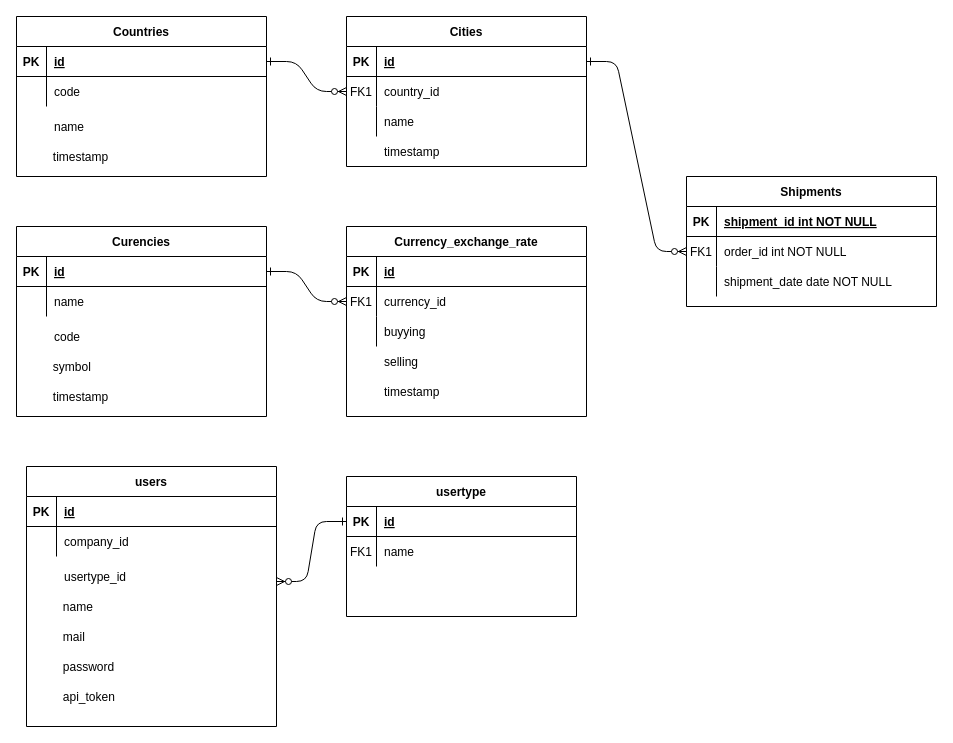
YagizTansu/Laravel_GoogleMapsApi-_OfferDistrubitionToMaps keeps this draw.io diagram as Untitled Diagram.drawio. Above is the earlier version. Source tidied: cells renumbered, new cells numbered last; positions are measured from the earlier drawing's top-left corner, leaving out a move shared by most shapes. Both pictures are drawn from the tidied source at 100%, with x=0, y=0 at pixel (16, 16).
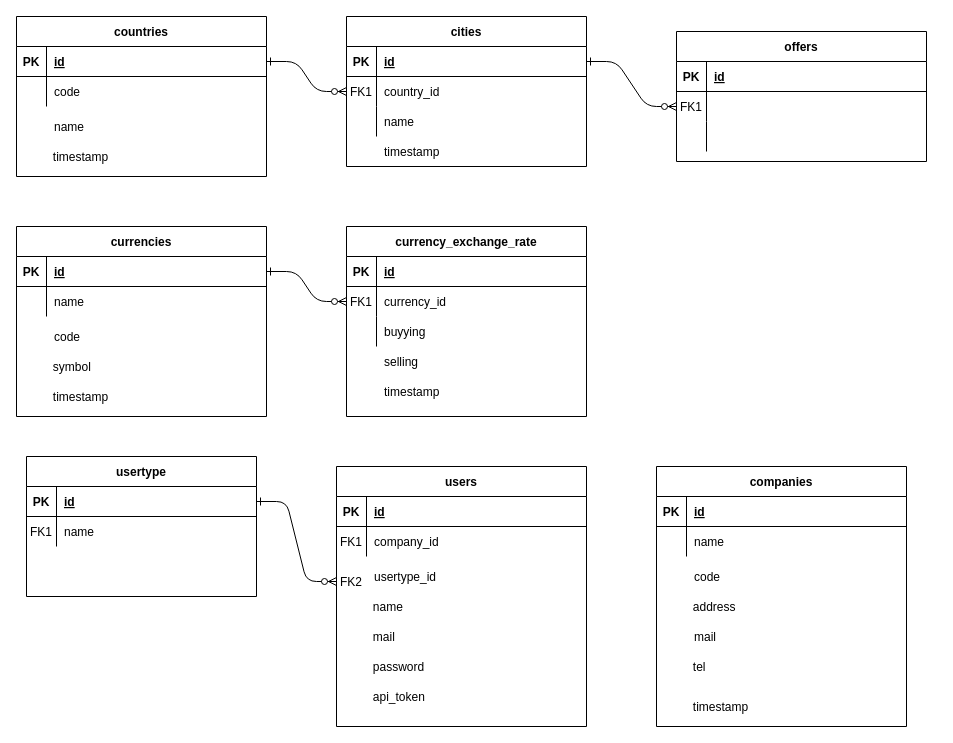
The same diagram, later.

Unchanged cells that the change refers to:
```xml
<mxCell id="15" style="shape=partialRectangle;fillColor=none;top=0;left=0;right=0;bottom=1;" parent="14" vertex="1">
  <mxGeometry y="30" width="250" height="30" as="geometry" />
</mxCell>
<mxCell id="18" style="shape=partialRectangle;fillColor=none;points=[[0,0.5],[1,0.5]];portConstraint=eastwest;top=0;left=0;right=0;bottom=0;" parent="14" vertex="1">
  <mxGeometry y="60" width="250" height="30" as="geometry" />
</mxCell>
<mxCell id="21" style="shape=partialRectangle;fillColor=none;top=0;left=0;right=0;bottom=0;" parent="14" vertex="1">
  <mxGeometry y="90" width="250" height="30" as="geometry" />
</mxCell>
<mxCell id="69" style="shape=partialRectangle;fillColor=none;points=[[0,0.5],[1,0.5]];portConstraint=eastwest;top=0;left=0;right=0;bottom=1;" parent="68" vertex="1">
  <mxGeometry y="30" width="230" height="30" as="geometry" />
</mxCell>
<mxCell id="79" style="shape=partialRectangle;fillColor=none;top=0;left=0;right=0;bottom=0;" parent="75" vertex="1">
  <mxGeometry y="60" width="250" height="30" as="geometry" />
</mxCell>
```

The edit, as a diff of the source:
```diff
@@
-    <mxCell id="4" value="Cities" style="shape=table;startSize=30;childLayout=tableLayout;rowLines=0;fontStyle=1;align=center;" parent="1" vertex="1">
+    <mxCell id="4" value="cities" style="shape=table;startSize=30;childLayout=tableLayout;rowLines=0;fontStyle=1;align=center;" parent="1" vertex="1">
       <mxGeometry x="330" width="240" height="150" as="geometry" />
     </mxCell>
@@
-    <mxCell id="14" value="Shipments" style="shape=table;startSize=30;childLayout=tableLayout;rowLines=0;fontStyle=1;align=center;" parent="1" vertex="1">
-      <mxGeometry x="670" y="160" width="250" height="130" as="geometry" />
+    <mxCell id="14" value="offers" style="shape=table;startSize=30;childLayout=tableLayout;rowLines=0;fontStyle=1;align=center;" parent="1" vertex="1">
+      <mxGeometry x="660" y="15" width="250" height="130" as="geometry" />
     </mxCell>
@@
-    <mxCell id="17" value="shipment_id int NOT NULL " style="shape=partialRectangle;overflow=hidden;fillColor=none;top=0;left=0;bottom=0;right=0;align=left;spacingLeft=6;fontStyle=5;" parent="15" vertex="1">
+    <mxCell id="17" value="id" style="shape=partialRectangle;overflow=hidden;fillColor=none;top=0;left=0;bottom=0;right=0;align=left;spacingLeft=6;fontStyle=5;" parent="15" vertex="1">
       <mxGeometry x="30" width="220" height="30" as="geometry" />
     </mxCell>
@@
-    <mxCell id="20" value="order_id int NOT NULL" style="shape=partialRectangle;overflow=hidden;fillColor=none;top=0;left=0;bottom=0;right=0;align=left;spacingLeft=6;" parent="18" vertex="1">
+    <mxCell id="20" style="shape=partialRectangle;overflow=hidden;fillColor=none;top=0;left=0;bottom=0;right=0;align=left;spacingLeft=6;" parent="18" vertex="1">
       <mxGeometry x="30" width="220" height="30" as="geometry" />
     </mxCell>
@@
-    <mxCell id="23" value="shipment_date date NOT NULL" style="shape=partialRectangle;overflow=hidden;fillColor=none;top=0;left=0;bottom=0;right=0;align=left;spacingLeft=6;" parent="21" vertex="1">
+    <mxCell id="23" style="shape=partialRectangle;overflow=hidden;fillColor=none;top=0;left=0;bottom=0;right=0;align=left;spacingLeft=6;" parent="21" vertex="1">
       <mxGeometry x="30" width="220" height="30" as="geometry" />
     </mxCell>
-    <mxCell id="24" value="Countries" style="shape=table;startSize=30;childLayout=tableLayout;rowLines=0;fontStyle=1;align=center;" parent="1" vertex="1">
+    <mxCell id="24" value="countries" style="shape=table;startSize=30;childLayout=tableLayout;rowLines=0;fontStyle=1;align=center;" parent="1" vertex="1">
       <mxGeometry width="250" height="160" as="geometry" />
     </mxCell>
@@
-    <mxCell id="39" value="Currency_exchange_rate" style="shape=table;startSize=30;childLayout=tableLayout;rowLines=0;fontStyle=1;align=center;" parent="1" vertex="1">
+    <mxCell id="39" value="currency_exchange_rate" style="shape=table;startSize=30;childLayout=tableLayout;rowLines=0;fontStyle=1;align=center;" parent="1" vertex="1">
       <mxGeometry x="330" y="210" width="240" height="190" as="geometry" />
     </mxCell>
@@
-    <mxCell id="49" value="Curencies" style="shape=table;startSize=30;childLayout=tableLayout;rowLines=0;fontStyle=1;align=center;" parent="1" vertex="1">
+    <mxCell id="49" value="currencies" style="shape=table;startSize=30;childLayout=tableLayout;rowLines=0;fontStyle=1;align=center;" parent="1" vertex="1">
       <mxGeometry y="210" width="250" height="190" as="geometry" />
     </mxCell>
@@
-    <mxCell id="67" style="edgeStyle=entityRelationEdgeStyle;endArrow=ERzeroToMany;startArrow=ERone;endFill=1;startFill=0;exitX=0;exitY=0.5;exitDx=0;exitDy=0;entryX=1;entryY=0.5;entryDx=0;entryDy=0;" parent="1" edge="1" source="69" target="82">
+    <mxCell id="67" style="edgeStyle=entityRelationEdgeStyle;endArrow=ERzeroToMany;startArrow=ERone;endFill=1;startFill=0;exitX=1;exitY=0.5;exitDx=0;exitDy=0;entryX=0;entryY=0.5;entryDx=0;entryDy=0;" parent="1" edge="1" source="69" target="82">
       <mxGeometry relative="1" as="geometry" />
     </mxCell>
     <mxCell id="68" value="usertype" style="shape=table;startSize=30;childLayout=tableLayout;rowLines=0;fontStyle=1;align=center;" parent="1" vertex="1">
-      <mxGeometry x="330" y="460" width="230" height="140" as="geometry" />
+      <mxGeometry x="10" y="440" width="230" height="140" as="geometry" />
     </mxCell>
@@
     <mxCell id="75" value="users" style="shape=table;startSize=30;childLayout=tableLayout;rowLines=0;fontStyle=1;align=center;" parent="1" vertex="1">
-      <mxGeometry x="10" y="450" width="250" height="260" as="geometry" />
+      <mxGeometry x="320" y="450" width="250" height="260" as="geometry" />
     </mxCell>
@@
-    <mxCell id="80" style="shape=partialRectangle;overflow=hidden;fillColor=none;top=0;left=0;bottom=0;right=0;" parent="79" vertex="1">
+    <mxCell id="80" value="FK1" style="shape=partialRectangle;overflow=hidden;fillColor=none;top=0;left=0;bottom=0;right=0;" parent="79" vertex="1">
       <mxGeometry width="30" height="30" as="geometry" />
     </mxCell>
@@
     <mxCell id="82" style="shape=partialRectangle;fillColor=none;points=[[0,0.5],[1,0.5]];portConstraint=eastwest;top=0;left=0;right=0;bottom=0;" parent="1" vertex="1">
-      <mxGeometry x="10" y="550" width="250" height="30" as="geometry" />
+      <mxGeometry x="320" y="550" width="250" height="30" as="geometry" />
     </mxCell>
-    <mxCell id="83" style="shape=partialRectangle;overflow=hidden;fillColor=none;top=0;left=0;bottom=0;right=0;" parent="82" vertex="1">
+    <mxCell id="83" value="FK2" style="shape=partialRectangle;overflow=hidden;fillColor=none;top=0;left=0;bottom=0;right=0;" parent="82" vertex="1">
       <mxGeometry width="30" height="30" as="geometry" />
     </mxCell>
@@
     <mxCell id="85" style="shape=partialRectangle;fillColor=none;top=0;left=0;right=0;bottom=0;" parent="1" vertex="1">
-      <mxGeometry x="10" y="580" width="240" height="30" as="geometry" />
+      <mxGeometry x="320" y="580" width="240" height="30" as="geometry" />
     </mxCell>
@@
     <mxCell id="88" style="shape=partialRectangle;fillColor=none;top=0;left=0;right=0;bottom=0;" parent="1" vertex="1">
-      <mxGeometry x="10" y="610" width="240" height="30" as="geometry" />
+      <mxGeometry x="320" y="610" width="240" height="30" as="geometry" />
     </mxCell>
@@
     <mxCell id="91" style="shape=partialRectangle;fillColor=none;top=0;left=0;right=0;bottom=0;" parent="1" vertex="1">
-      <mxGeometry x="10" y="640" width="240" height="30" as="geometry" />
+      <mxGeometry x="320" y="640" width="240" height="30" as="geometry" />
     </mxCell>
@@
     <mxCell id="94" style="shape=partialRectangle;fillColor=none;top=0;left=0;right=0;bottom=0;" parent="1" vertex="1">
-      <mxGeometry x="10" y="670" width="240" height="30" as="geometry" />
+      <mxGeometry x="320" y="670" width="240" height="30" as="geometry" />
     </mxCell>
@@
+    <mxCell id="97" value="companies" style="shape=table;startSize=30;childLayout=tableLayout;rowLines=0;fontStyle=1;align=center;" parent="1" vertex="1">
+      <mxGeometry x="640" y="450" width="250" height="260" as="geometry" />
+    </mxCell>
+    <mxCell id="98" style="shape=partialRectangle;fillColor=none;top=0;left=0;right=0;bottom=1;" parent="97" vertex="1">
+      <mxGeometry y="30" width="250" height="30" as="geometry" />
+    </mxCell>
+    <mxCell id="99" value="PK" style="shape=partialRectangle;overflow=hidden;fillColor=none;top=0;left=0;bottom=0;right=0;fontStyle=1;" parent="98" vertex="1">
+      <mxGeometry width="30" height="30" as="geometry" />
+    </mxCell>
+    <mxCell id="100" value="id" style="shape=partialRectangle;overflow=hidden;fillColor=none;top=0;left=0;bottom=0;right=0;align=left;spacingLeft=6;fontStyle=5;" parent="98" vertex="1">
+      <mxGeometry x="30" width="220" height="30" as="geometry" />
+    </mxCell>
+    <mxCell id="101" style="shape=partialRectangle;fillColor=none;top=0;left=0;right=0;bottom=0;" parent="97" vertex="1">
+      <mxGeometry y="60" width="250" height="30" as="geometry" />
+    </mxCell>
+    <mxCell id="102" style="shape=partialRectangle;overflow=hidden;fillColor=none;top=0;left=0;bottom=0;right=0;" parent="101" vertex="1">
+      <mxGeometry width="30" height="30" as="geometry" />
+    </mxCell>
+    <mxCell id="103" value="name" style="shape=partialRectangle;overflow=hidden;fillColor=none;top=0;left=0;bottom=0;right=0;align=left;spacingLeft=6;" parent="101" vertex="1">
+      <mxGeometry x="30" width="220" height="30" as="geometry" />
+    </mxCell>
+    <mxCell id="104" style="shape=partialRectangle;fillColor=none;top=0;left=0;right=0;bottom=0;" parent="1" vertex="1">
+      <mxGeometry x="640" y="550" width="250" height="30" as="geometry" />
+    </mxCell>
+    <mxCell id="105" style="shape=partialRectangle;overflow=hidden;fillColor=none;top=0;left=0;bottom=0;right=0;" parent="104" vertex="1">
+      <mxGeometry width="30" height="30" as="geometry" />
+    </mxCell>
+    <mxCell id="106" value="code" style="shape=partialRectangle;overflow=hidden;fillColor=none;top=0;left=0;bottom=0;right=0;align=left;spacingLeft=6;" parent="104" vertex="1">
+      <mxGeometry x="30" width="200" height="20" as="geometry" />
+    </mxCell>
+    <mxCell id="107" style="shape=partialRectangle;fillColor=none;top=0;left=0;right=0;bottom=0;" parent="1" vertex="1">
+      <mxGeometry x="640" y="580" width="240" height="30" as="geometry" />
+    </mxCell>
+    <mxCell id="108" style="shape=partialRectangle;overflow=hidden;fillColor=none;top=0;left=0;bottom=0;right=0;" parent="107" vertex="1">
+      <mxGeometry width="28.8" height="30" as="geometry" />
+    </mxCell>
+    <mxCell id="109" value="address" style="shape=partialRectangle;overflow=hidden;fillColor=none;top=0;left=0;bottom=0;right=0;align=left;spacingLeft=6;" parent="107" vertex="1">
+      <mxGeometry x="28.8" width="192" height="20" as="geometry" />
+    </mxCell>
+    <mxCell id="110" style="shape=partialRectangle;fillColor=none;top=0;left=0;right=0;bottom=0;" parent="1" vertex="1">
+      <mxGeometry x="640" y="680" width="240" height="30" as="geometry" />
+    </mxCell>
+    <mxCell id="111" style="shape=partialRectangle;overflow=hidden;fillColor=none;top=0;left=0;bottom=0;right=0;" parent="110" vertex="1">
+      <mxGeometry width="28.8" height="30" as="geometry" />
+    </mxCell>
+    <mxCell id="112" value="timestamp" style="shape=partialRectangle;overflow=hidden;fillColor=none;top=0;left=0;bottom=0;right=0;align=left;spacingLeft=6;" parent="110" vertex="1">
+      <mxGeometry x="28.8" width="192" height="20" as="geometry" />
+    </mxCell>
+    <mxCell id="113" style="shape=partialRectangle;fillColor=none;top=0;left=0;right=0;bottom=0;" parent="1" vertex="1">
+      <mxGeometry x="640" y="610" width="250" height="30" as="geometry" />
+    </mxCell>
+    <mxCell id="114" style="shape=partialRectangle;overflow=hidden;fillColor=none;top=0;left=0;bottom=0;right=0;" parent="113" vertex="1">
+      <mxGeometry width="30" height="30" as="geometry" />
+    </mxCell>
+    <mxCell id="115" value="mail" style="shape=partialRectangle;overflow=hidden;fillColor=none;top=0;left=0;bottom=0;right=0;align=left;spacingLeft=6;" parent="113" vertex="1">
+      <mxGeometry x="30" width="200" height="20" as="geometry" />
+    </mxCell>
+    <mxCell id="116" style="shape=partialRectangle;fillColor=none;top=0;left=0;right=0;bottom=0;" parent="1" vertex="1">
+      <mxGeometry x="640" y="640" width="240" height="30" as="geometry" />
+    </mxCell>
+    <mxCell id="117" style="shape=partialRectangle;overflow=hidden;fillColor=none;top=0;left=0;bottom=0;right=0;" parent="116" vertex="1">
+      <mxGeometry width="28.8" height="30" as="geometry" />
+    </mxCell>
+    <mxCell id="118" value="tel" style="shape=partialRectangle;overflow=hidden;fillColor=none;top=0;left=0;bottom=0;right=0;align=left;spacingLeft=6;" parent="116" vertex="1">
+      <mxGeometry x="28.8" width="192" height="20" as="geometry" />
+    </mxCell>
```
